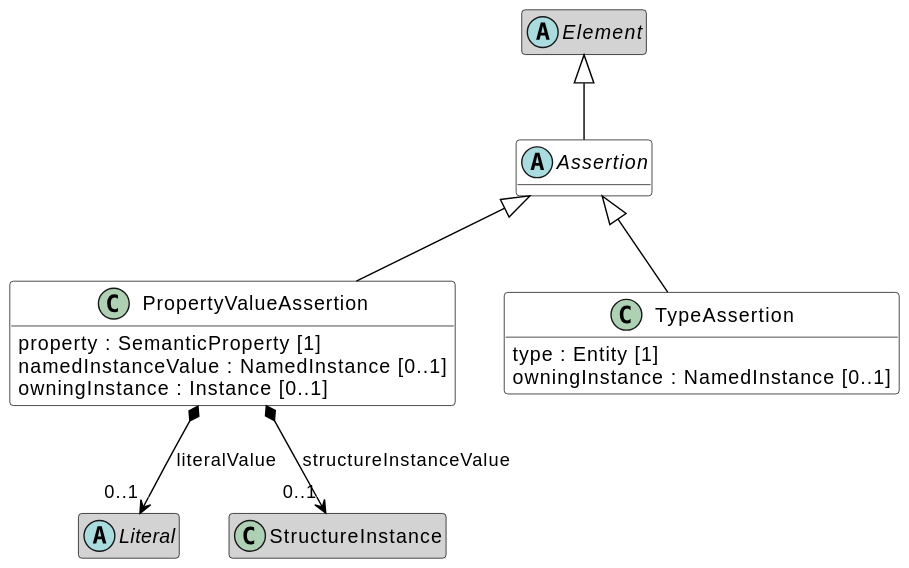
Above: images/oml-Assertions.svg in opencaesar/oml (PlantUML), before the change.
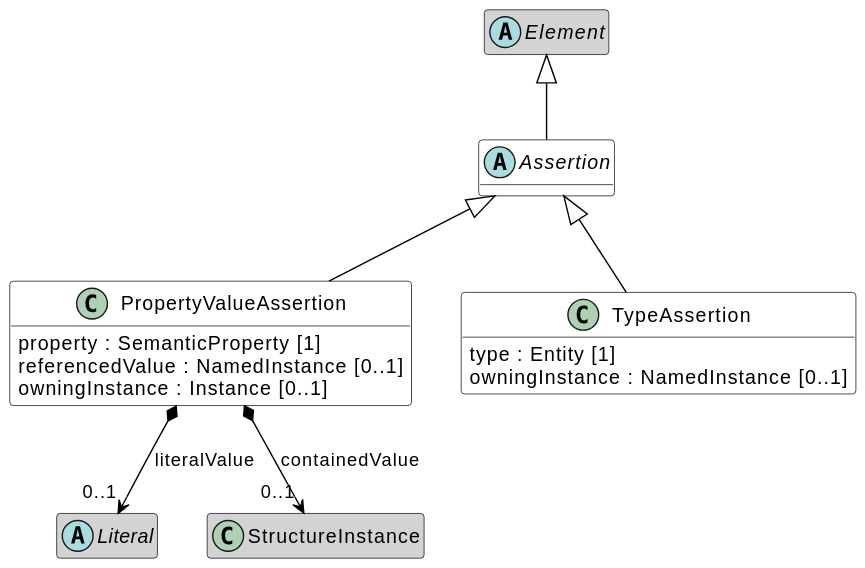
After the commit.

Change to the diagram source:
```diff
@@ -11,7 +11,7 @@
 Assertion -up-|> Element [[#Element]]
 class PropertyValueAssertion [[#PropertyValueAssertion]] #white {
 	property : SemanticProperty [1]
-	namedInstanceValue : NamedInstance [0..1]
+	referencedValue : NamedInstance [0..1]
 	owningInstance : Instance [0..1]
 }
 abstract class Literal [[#Literal]]
@@ -20,7 +20,7 @@
 hide StructureInstance members
 PropertyValueAssertion -up-|> Assertion [[#Assertion]]
 PropertyValueAssertion *--> "0..1" Literal : literalValue
-PropertyValueAssertion *--> "0..1" StructureInstance : structureInstanceValue
+PropertyValueAssertion *--> "0..1" StructureInstance : containedValue
 class TypeAssertion [[#TypeAssertion]] #white {
 	type : Entity [1]
 	owningInstance : NamedInstance [0..1]
```
